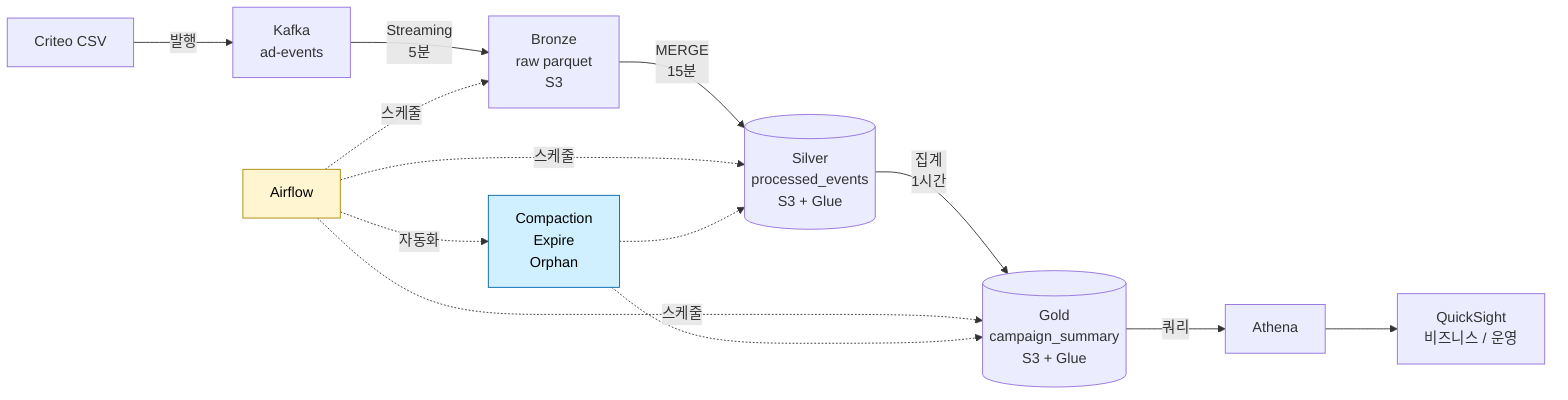
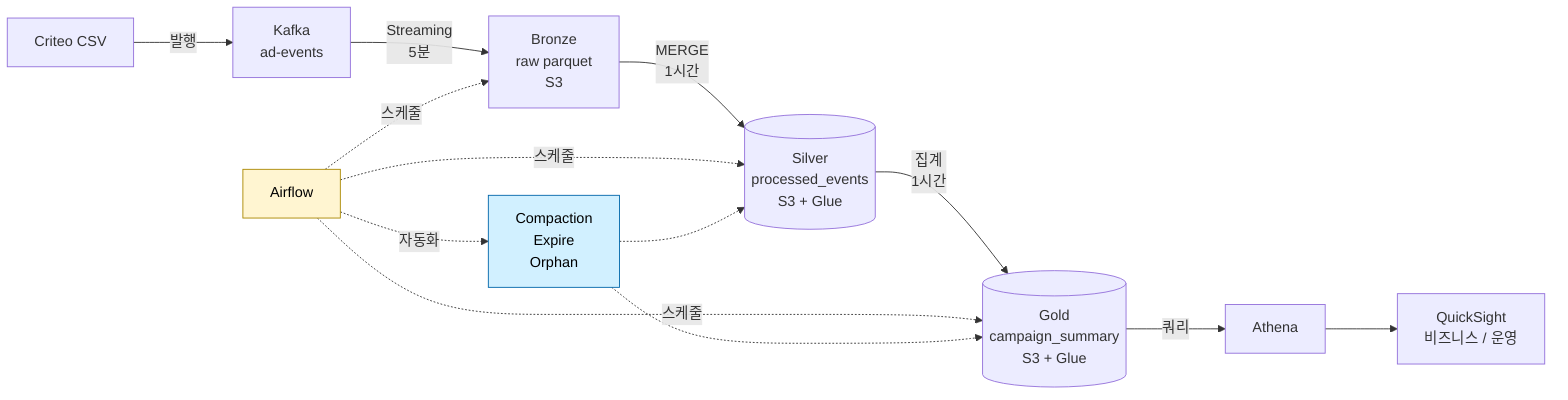
%%{init: {'theme':'default', 'flowchart':{'nodeSpacing':40,'rankSpacing':80}}}%%
flowchart LR
    A[Criteo CSV] -->|발행| B[Kafka<br/>ad-events]
    B -->|Streaming<br/>5분| C[Bronze<br/>raw parquet<br/>S3]
-     C -->|MERGE<br/>15분| D[(Silver<br/>processed_events<br/>S3 + Glue)]
+     C -->|MERGE<br/>1시간| D[(Silver<br/>processed_events<br/>S3 + Glue)]
    D -->|집계<br/>1시간| E[(Gold<br/>campaign_summary<br/>S3 + Glue)]
    E -->|쿼리| F[Athena]
    F --> G[QuickSight<br/>비즈니스 / 운영]

    H[Airflow]:::orch -.스케줄.-> C
    H -.스케줄.-> D
    H -.스케줄.-> E
    H -.자동화.-> I[Compaction<br/>Expire<br/>Orphan]:::mgmt
    I -.-> D
    I -.-> E

    classDef orch fill:#fff5d1,stroke:#aa8800,color:#000
    classDef mgmt fill:#d1f0ff,stroke:#0066aa,color:#000
